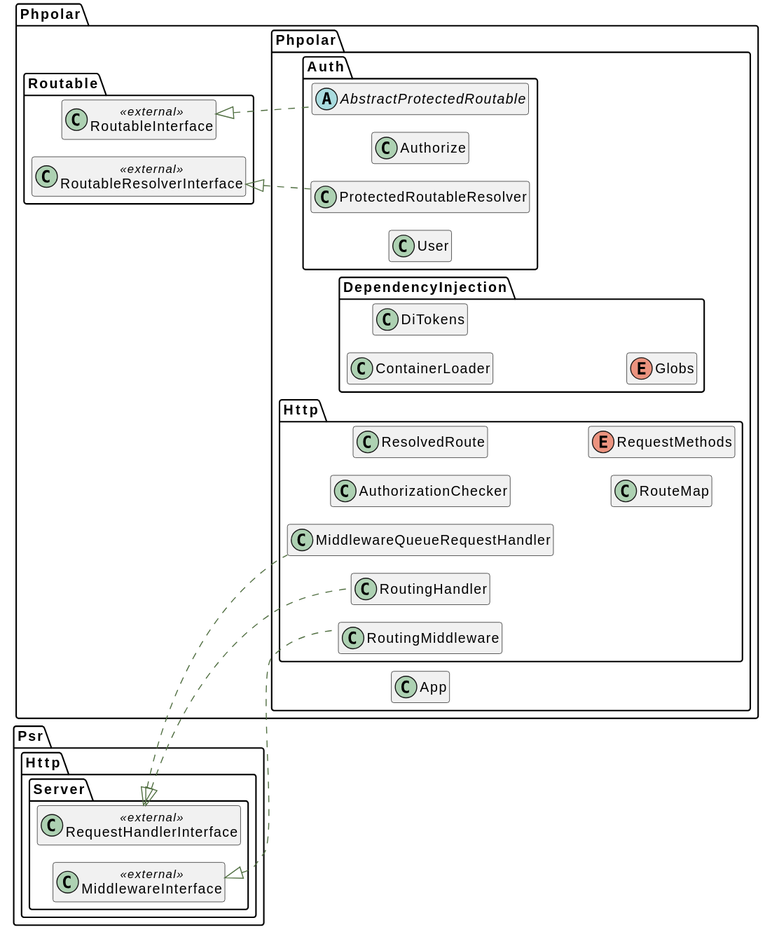
Before: docs/graphs/classes.svg, a diagram exported from PlantUML (phpolar/phpolar).
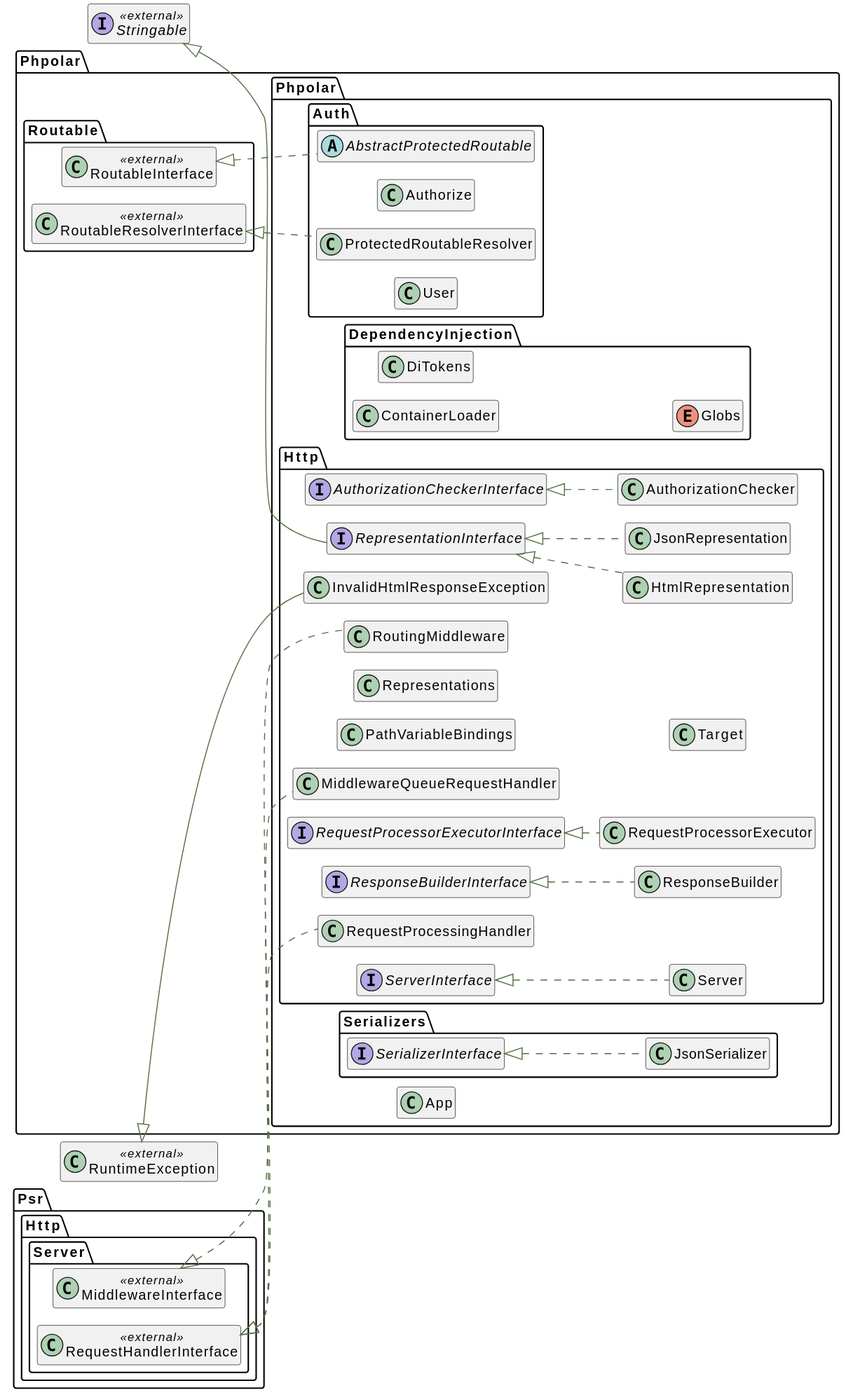
Later version of the same file.

What changed in the source:
```diff
@@ -54,7 +54,31 @@
     }
 }
 namespace Phpolar\\Phpolar\\Http {
-     class "AuthorizationChecker" as AuthorizationChecker__class    {
+    interface "AuthorizationCheckerInterface" as AuthorizationCheckerInterface__interface  {
+    }
+}
+namespace Phpolar\\Phpolar\\Http {
+     class "AuthorizationChecker" as AuthorizationChecker__class    implements \\Phpolar\\Phpolar\\Http\\AuthorizationCheckerInterface__interface {
+    }
+}
+interface "Stringable" as Stringable__class << external >>{
+}
+namespace Phpolar\\Phpolar\\Http {
+    interface "RepresentationInterface" as RepresentationInterface__interface  extends \\Stringable__class {
+    }
+}
+namespace Phpolar\\Phpolar\\Http {
+     class "HtmlRepresentation" as HtmlRepresentation__class    implements \\Phpolar\\Phpolar\\Http\\RepresentationInterface__interface {
+    }
+}
+class "RuntimeException" as RuntimeException__class << external >>{
+}
+namespace Phpolar\\Phpolar\\Http {
+     class "InvalidHtmlResponseException" as InvalidHtmlResponseException__class   extends \\RuntimeException__class  {
+    }
+}
+namespace Phpolar\\Phpolar\\Http {
+     class "JsonRepresentation" as JsonRepresentation__class    implements \\Phpolar\\Phpolar\\Http\\RepresentationInterface__interface {
     }
 }
 namespace Psr\\Http\\Server {
@@ -66,15 +90,31 @@
     }
 }
 namespace Phpolar\\Phpolar\\Http {
-     class "ResolvedRoute" as ResolvedRoute__class    {
+     class "PathVariableBindings" as PathVariableBindings__class    {
     }
 }
 namespace Phpolar\\Phpolar\\Http {
-     class "RouteMap" as RouteMap__class    {
+     class "Representations" as Representations__class    {
     }
 }
 namespace Phpolar\\Phpolar\\Http {
-     class "RoutingHandler" as RoutingHandler__class    implements \\Psr\\Http\\Server\\RequestHandlerInterface__class {
+     class "RequestProcessingHandler" as RequestProcessingHandler__class    implements \\Psr\\Http\\Server\\RequestHandlerInterface__class {
+    }
+}
+namespace Phpolar\\Phpolar\\Http {
+    interface "RequestProcessorExecutorInterface" as RequestProcessorExecutorInterface__interface  {
+    }
+}
+namespace Phpolar\\Phpolar\\Http {
+     class "RequestProcessorExecutor" as RequestProcessorExecutor__class    implements \\Phpolar\\Phpolar\\Http\\RequestProcessorExecutorInterface__interface {
+    }
+}
+namespace Phpolar\\Phpolar\\Http {
+    interface "ResponseBuilderInterface" as ResponseBuilderInterface__interface  {
+    }
+}
+namespace Phpolar\\Phpolar\\Http {
+     class "ResponseBuilder" as ResponseBuilder__class    implements \\Phpolar\\Phpolar\\Http\\ResponseBuilderInterface__interface {
     }
 }
 namespace Psr\\Http\\Server {
@@ -86,7 +126,23 @@
     }
 }
 namespace Phpolar\\Phpolar\\Http {
-    enum "RequestMethods" as RequestMethods__enum {
+    interface "ServerInterface" as ServerInterface__interface  {
+    }
+}
+namespace Phpolar\\Phpolar\\Http {
+     class "Server" as Server__class    implements \\Phpolar\\Phpolar\\Http\\ServerInterface__interface {
+    }
+}
+namespace Phpolar\\Phpolar\\Http {
+     class "Target" as Target__class    {
+    }
+}
+namespace Phpolar\\Phpolar\\Serializers {
+    interface "SerializerInterface" as SerializerInterface__interface  {
+    }
+}
+namespace Phpolar\\Phpolar\\Serializers {
+     class "JsonSerializer" as JsonSerializer__class    implements \\Phpolar\\Phpolar\\Serializers\\SerializerInterface__interface {
     }
 }
 @enduml
```
